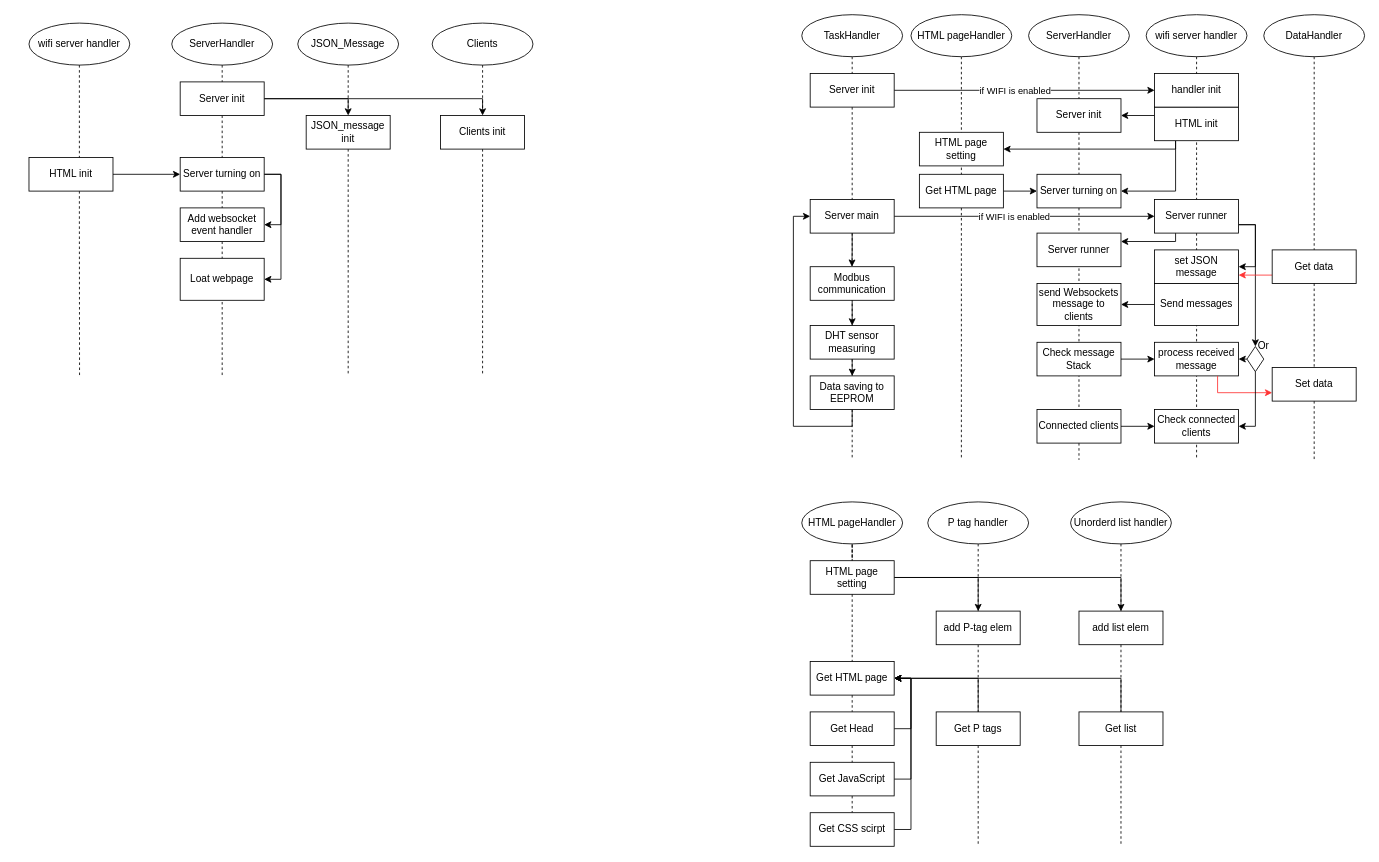
Above: page "WifiServerHandlig" (13 of 13) of ESP devices buildup.drawio in LBroKerR/ESP32_Thermostats (draw.io), before the change. Source tidied: cells renumbered, new cells numbered last; positions are measured from the earlier drawing's top-left corner, leaving out a move shared by most shapes. Both pictures are drawn from the tidied source at 84%, with x=0, y=0 at pixel (29, 14).
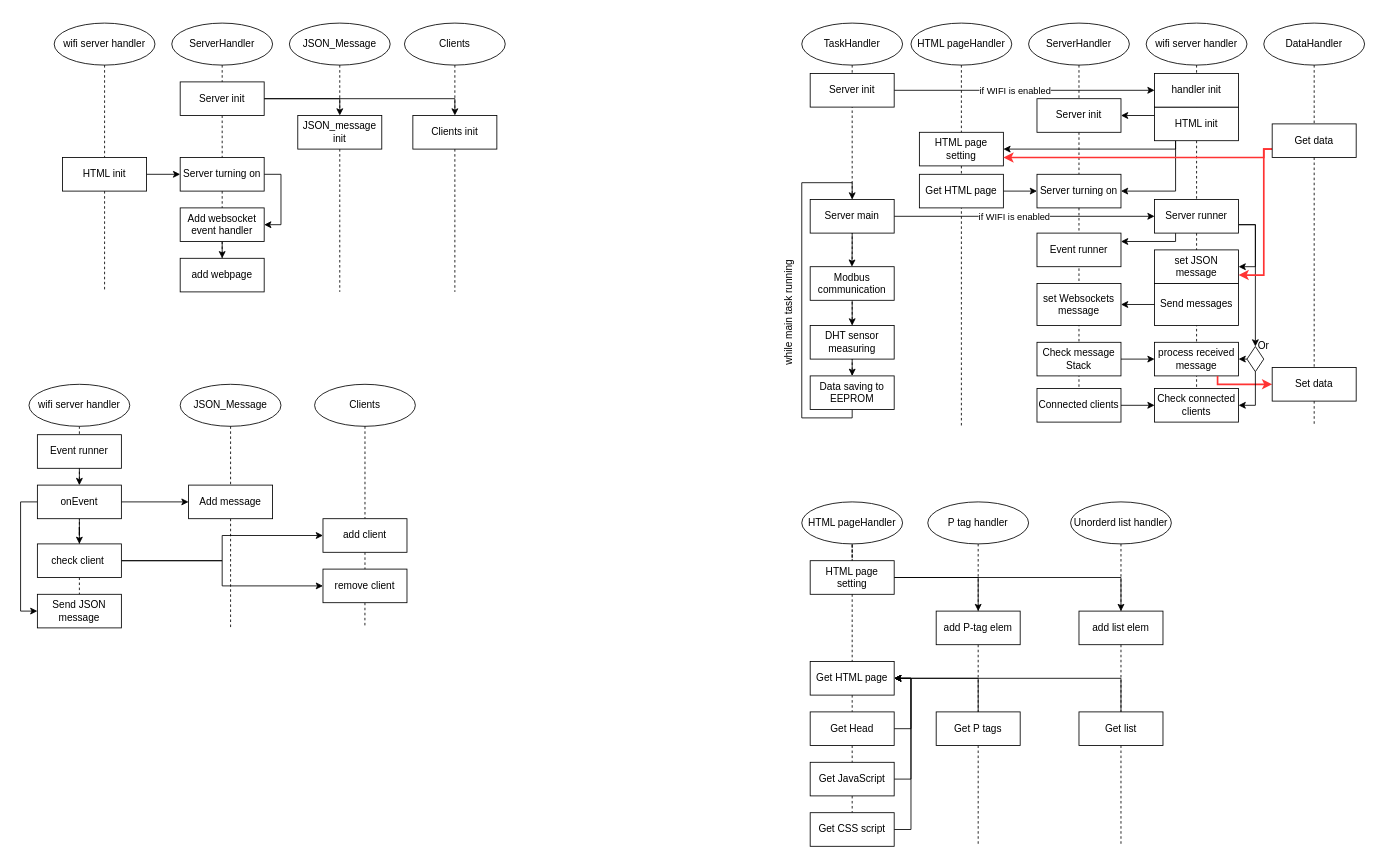
The same diagram, later.

Commit message (it also covers changes not shown here):
progress in doc. almost done. Check grammar!!!!

Unchanged cells that the change refers to:
```xml
<mxCell id="18" value="Server main" style="rounded=0;whiteSpace=wrap;html=1;" parent="1" vertex="1">
  <mxGeometry x="930" y="220" width="100" height="40" as="geometry" />
</mxCell>
<mxCell id="25" value="Server runner" style="rounded=0;whiteSpace=wrap;html=1;" parent="1" vertex="1">
  <mxGeometry x="1340" y="220" width="100" height="40" as="geometry" />
</mxCell>
<mxCell id="26" value="HTML page setting" style="rounded=0;whiteSpace=wrap;html=1;" parent="1" vertex="1">
  <mxGeometry x="1060" y="140" width="100" height="40" as="geometry" />
</mxCell>
<mxCell id="34" value="set JSON message" style="rounded=0;whiteSpace=wrap;html=1;" parent="1" vertex="1">
  <mxGeometry x="1340" y="280" width="100" height="40" as="geometry" />
</mxCell>
<mxCell id="37" value="process received message" style="rounded=0;whiteSpace=wrap;html=1;" parent="1" vertex="1">
  <mxGeometry x="1340" y="390" width="100" height="40" as="geometry" />
</mxCell>
<mxCell id="48" value="Set data" style="rounded=0;whiteSpace=wrap;html=1;" parent="1" vertex="1">
  <mxGeometry x="1480" y="420" width="100" height="40" as="geometry" />
</mxCell>
<mxCell id="59" value="Data saving to EEPROM" style="rounded=0;whiteSpace=wrap;html=1;" parent="1" vertex="1">
  <mxGeometry x="930" y="430" width="100" height="40" as="geometry" />
</mxCell>
<mxCell id="89" value="ServerHandler" style="ellipse;whiteSpace=wrap;html=1;" parent="1" vertex="1">
  <mxGeometry x="170" y="10" width="120" height="50" as="geometry" />
</mxCell>
<mxCell id="104" value="Server turning on" style="rounded=0;whiteSpace=wrap;html=1;" parent="1" vertex="1">
  <mxGeometry x="180" y="170" width="100" height="40" as="geometry" />
</mxCell>
<mxCell id="110" value="Add websocket event handler" style="rounded=0;whiteSpace=wrap;html=1;" parent="1" vertex="1">
  <mxGeometry x="180" y="230" width="100" height="40" as="geometry" />
</mxCell>
```

What changed in the source:
```diff
@@
     <mxCell id="2" style="edgeStyle=orthogonalEdgeStyle;rounded=0;jettySize=auto;html=1;exitX=0.5;exitY=1;exitDx=0;exitDy=0;endArrow=none;endFill=0;dashed=1;" parent="1" edge="1" source="3">
       <mxGeometry relative="1" as="geometry">
-        <mxPoint x="1110" y="530" as="targetPoint" />
+        <mxPoint x="1110" y="490" as="targetPoint" />
       </mxGeometry>
     </mxCell>
     <mxCell id="3" value="HTML pageHandler" style="ellipse;whiteSpace=wrap;html=1;" parent="1" vertex="1">
-      <mxGeometry x="1050" width="120" height="50" as="geometry" />
+      <mxGeometry x="1050" y="10" width="120" height="50" as="geometry" />
     </mxCell>
-    <mxCell id="4" style="edgeStyle=orthogonalEdgeStyle;rounded=0;jettySize=auto;html=1;exitX=0.5;exitY=1;exitDx=0;exitDy=0;endArrow=none;endFill=0;dashed=1;" parent="1" edge="1" source="52">
-      <mxGeometry relative="1" as="geometry">
-        <mxPoint x="1250" y="530" as="targetPoint" />
-      </mxGeometry>
-    </mxCell>
     <mxCell id="5" value="ServerHandler" style="ellipse;whiteSpace=wrap;html=1;" parent="1" vertex="1">
-      <mxGeometry x="1190" width="120" height="50" as="geometry" />
+      <mxGeometry x="1190" y="10" width="120" height="50" as="geometry" />
     </mxCell>
-    <mxCell id="6" style="edgeStyle=orthogonalEdgeStyle;rounded=0;jettySize=auto;html=1;exitX=0.5;exitY=1;exitDx=0;exitDy=0;endArrow=none;endFill=0;dashed=1;" parent="1" edge="1" source="25">
-      <mxGeometry relative="1" as="geometry">
-        <mxPoint x="1390" y="530" as="targetPoint" />
-      </mxGeometry>
+    <mxCell id="6" style="edgeStyle=orthogonalEdgeStyle;rounded=0;jettySize=auto;html=1;exitX=0.5;exitY=1;exitDx=0;exitDy=0;endArrow=none;endFill=0;dashed=1;entryX=0.5;entryY=0;entryDx=0;entryDy=0;" parent="1" edge="1" source="25" target="49">
+      <mxGeometry relative="1" as="geometry" />
     </mxCell>
     <mxCell id="7" value="wifi server handler" style="ellipse;whiteSpace=wrap;html=1;" parent="1" vertex="1">
-      <mxGeometry x="1330" width="120" height="50" as="geometry" />
+      <mxGeometry x="1330" y="10" width="120" height="50" as="geometry" />
     </mxCell>
     <mxCell id="8" style="edgeStyle=orthogonalEdgeStyle;rounded=0;jettySize=auto;html=1;exitX=0.5;exitY=1;exitDx=0;exitDy=0;endArrow=none;endFill=0;dashed=1;" parent="1" edge="1" source="48">
       <mxGeometry relative="1" as="geometry">
-        <mxPoint x="1530" y="530" as="targetPoint" />
+        <mxPoint x="1530" y="490" as="targetPoint" />
       </mxGeometry>
     </mxCell>
     <mxCell id="9" value="DataHandler" style="ellipse;whiteSpace=wrap;html=1;" parent="1" vertex="1">
-      <mxGeometry x="1470" width="120" height="50" as="geometry" />
+      <mxGeometry x="1470" y="10" width="120" height="50" as="geometry" />
     </mxCell>
-    <mxCell id="10" style="edgeStyle=orthogonalEdgeStyle;rounded=0;jettySize=auto;html=1;exitX=0.5;exitY=1;exitDx=0;exitDy=0;endArrow=none;endFill=0;dashed=1;" parent="1" edge="1" source="11">
-      <mxGeometry relative="1" as="geometry">
-        <mxPoint x="980" y="530" as="targetPoint" />
-      </mxGeometry>
+    <mxCell id="10" style="edgeStyle=orthogonalEdgeStyle;rounded=0;jettySize=auto;html=1;exitX=0.5;exitY=1;exitDx=0;exitDy=0;endArrow=none;endFill=0;dashed=1;entryX=0.5;entryY=0;entryDx=0;entryDy=0;" parent="1" edge="1" source="11" target="59">
+      <mxGeometry relative="1" as="geometry" />
     </mxCell>
     <mxCell id="11" value="TaskHandler" style="ellipse;whiteSpace=wrap;html=1;" parent="1" vertex="1">
-      <mxGeometry x="920" width="120" height="50" as="geometry" />
+      <mxGeometry x="920" y="10" width="120" height="50" as="geometry" />
     </mxCell>
@@
-    <mxCell id="38" style="edgeStyle=orthogonalEdgeStyle;rounded=0;jettySize=auto;html=1;exitX=0.75;exitY=1;exitDx=0;exitDy=0;entryX=0;entryY=0.75;entryDx=0;entryDy=0;strokeColor=#FF3333;" parent="1" edge="1" source="37" target="48">
-      <mxGeometry relative="1" as="geometry" />
+    <mxCell id="38" style="edgeStyle=orthogonalEdgeStyle;rounded=0;jettySize=auto;html=1;exitX=0.75;exitY=1;exitDx=0;exitDy=0;entryX=0;entryY=0.5;entryDx=0;entryDy=0;strokeColor=#FF3333;strokeWidth=2;" parent="1" edge="1" source="37" target="48">
+      <mxGeometry relative="1" as="geometry">
+        <Array as="points">
+          <mxPoint x="1415" y="440" />
+        </Array>
+      </mxGeometry>
     </mxCell>
@@
-    <mxCell id="44" style="edgeStyle=orthogonalEdgeStyle;rounded=0;jettySize=auto;html=1;exitX=0;exitY=0.75;exitDx=0;exitDy=0;entryX=1;entryY=0.75;entryDx=0;entryDy=0;strokeColor=#FF3333;" parent="1" edge="1" source="45" target="34">
-      <mxGeometry relative="1" as="geometry" />
+    <mxCell id="44" style="edgeStyle=orthogonalEdgeStyle;rounded=0;jettySize=auto;html=1;exitX=0;exitY=0.75;exitDx=0;exitDy=0;entryX=1;entryY=0.75;entryDx=0;entryDy=0;strokeColor=#FF3333;strokeWidth=2;" parent="1" edge="1" source="45" target="34">
+      <mxGeometry relative="1" as="geometry">
+        <Array as="points">
+          <mxPoint x="1470" y="160" />
+          <mxPoint x="1470" y="310" />
+        </Array>
+      </mxGeometry>
     </mxCell>
+    <mxCell id="112" style="edgeStyle=orthogonalEdgeStyle;rounded=0;jettySize=auto;html=1;exitX=0;exitY=0.75;exitDx=0;exitDy=0;entryX=1;entryY=0.75;entryDx=0;entryDy=0;strokeColor=#FF3333;strokeWidth=2;" parent="1" edge="1" source="45" target="26">
+      <mxGeometry relative="1" as="geometry">
+        <Array as="points">
+          <mxPoint x="1470" y="160" />
+          <mxPoint x="1470" y="170" />
+        </Array>
+      </mxGeometry>
+    </mxCell>
     <mxCell id="45" value="Get data" style="rounded=0;whiteSpace=wrap;html=1;" parent="1" vertex="1">
-      <mxGeometry x="1480" y="280" width="100" height="40" as="geometry" />
+      <mxGeometry x="1480" y="130" width="100" height="40" as="geometry" />
     </mxCell>
@@
     <mxCell id="49" value="Check connected clients" style="rounded=0;whiteSpace=wrap;html=1;" parent="1" vertex="1">
-      <mxGeometry x="1340" y="470" width="100" height="40" as="geometry" />
+      <mxGeometry x="1340" y="445" width="100" height="40" as="geometry" />
     </mxCell>
@@
     <mxCell id="52" value="Connected clients" style="rounded=0;whiteSpace=wrap;html=1;" parent="1" vertex="1">
-      <mxGeometry x="1200" y="470" width="100" height="40" as="geometry" />
+      <mxGeometry x="1200" y="445" width="100" height="40" as="geometry" />
     </mxCell>
@@
-    <mxCell id="58" style="edgeStyle=orthogonalEdgeStyle;rounded=0;jettySize=auto;html=1;exitX=0.5;exitY=1;exitDx=0;exitDy=0;entryX=0;entryY=0.5;entryDx=0;entryDy=0;" parent="1" edge="1" source="59" target="18">
-      <mxGeometry relative="1" as="geometry" />
+    <mxCell id="58" style="edgeStyle=orthogonalEdgeStyle;rounded=0;jettySize=auto;html=1;exitX=0.5;exitY=1;exitDx=0;exitDy=0;entryX=0.5;entryY=0;entryDx=0;entryDy=0;" parent="1" edge="1" source="59" target="18">
+      <mxGeometry relative="1" as="geometry">
+        <Array as="points">
+          <mxPoint x="980" y="480" />
+          <mxPoint x="920" y="480" />
+          <mxPoint x="920" y="200" />
+          <mxPoint x="980" y="200" />
+        </Array>
+      </mxGeometry>
     </mxCell>
@@
-    <mxCell id="60" value="send Websockets message to clients" style="rounded=0;whiteSpace=wrap;html=1;" parent="1" vertex="1">
+    <mxCell id="60" value="set Websockets message" style="rounded=0;whiteSpace=wrap;html=1;" parent="1" vertex="1">
       <mxGeometry x="1200" y="320" width="100" height="50" as="geometry" />
     </mxCell>
@@
-    <mxCell id="88" value="Get CSS scirpt" style="rounded=0;whiteSpace=wrap;html=1;" parent="1" vertex="1">
+    <mxCell id="88" value="Get CSS script" style="rounded=0;whiteSpace=wrap;html=1;" parent="1" vertex="1">
       <mxGeometry x="930" y="950" width="100" height="40" as="geometry" />
     </mxCell>
@@
-    <mxCell id="90" style="edgeStyle=orthogonalEdgeStyle;rounded=0;jettySize=auto;html=1;exitX=0.5;exitY=1;exitDx=0;exitDy=0;endArrow=none;endFill=0;dashed=1;" parent="1" edge="1" source="89">
-      <mxGeometry relative="1" as="geometry">
-        <mxPoint x="230" y="430" as="targetPoint" />
-      </mxGeometry>
+    <mxCell id="90" style="edgeStyle=orthogonalEdgeStyle;rounded=0;jettySize=auto;html=1;exitX=0.5;exitY=1;exitDx=0;exitDy=0;endArrow=none;endFill=0;dashed=1;entryX=0.5;entryY=0;entryDx=0;entryDy=0;" parent="1" edge="1" source="89" target="111">
+      <mxGeometry relative="1" as="geometry" />
     </mxCell>
     <mxCell id="91" value="JSON_Message" style="ellipse;whiteSpace=wrap;html=1;" parent="1" vertex="1">
-      <mxGeometry x="320" y="10" width="120" height="50" as="geometry" />
+      <mxGeometry x="310" y="10" width="120" height="50" as="geometry" />
     </mxCell>
     <mxCell id="92" style="edgeStyle=orthogonalEdgeStyle;rounded=0;jettySize=auto;html=1;exitX=0.5;exitY=1;exitDx=0;exitDy=0;endArrow=none;endFill=0;dashed=1;" parent="1" edge="1" source="99">
       <mxGeometry relative="1" as="geometry">
-        <mxPoint x="380" y="430" as="targetPoint" />
+        <mxPoint x="370" y="330" as="targetPoint" />
       </mxGeometry>
     </mxCell>
     <mxCell id="93" value="Clients" style="ellipse;whiteSpace=wrap;html=1;" parent="1" vertex="1">
-      <mxGeometry x="480" y="10" width="120" height="50" as="geometry" />
+      <mxGeometry x="447" y="10" width="120" height="50" as="geometry" />
     </mxCell>
     <mxCell id="94" style="edgeStyle=orthogonalEdgeStyle;rounded=0;jettySize=auto;html=1;exitX=0.5;exitY=1;exitDx=0;exitDy=0;endArrow=none;endFill=0;dashed=1;" parent="1" edge="1" source="101">
       <mxGeometry relative="1" as="geometry">
-        <mxPoint x="540" y="430" as="targetPoint" />
+        <mxPoint x="507" y="330" as="targetPoint" />
       </mxGeometry>
     </mxCell>
@@
     <mxCell id="99" value="JSON_message init" style="rounded=0;whiteSpace=wrap;html=1;" parent="1" vertex="1">
-      <mxGeometry x="330" y="120" width="100" height="40" as="geometry" />
+      <mxGeometry x="320" y="120" width="100" height="40" as="geometry" />
     </mxCell>
@@
     <mxCell id="101" value="Clients init" style="rounded=0;whiteSpace=wrap;html=1;" parent="1" vertex="1">
-      <mxGeometry x="490" y="120" width="100" height="40" as="geometry" />
+      <mxGeometry x="457" y="120" width="100" height="40" as="geometry" />
     </mxCell>
-    <mxCell id="102" style="edgeStyle=orthogonalEdgeStyle;rounded=0;jettySize=auto;html=1;exitX=1;exitY=0.5;exitDx=0;exitDy=0;entryX=1;entryY=0.5;entryDx=0;entryDy=0;" parent="1" edge="1" source="104" target="111">
-      <mxGeometry relative="1" as="geometry" />
-    </mxCell>
@@
-    <mxCell id="105" value="Server runner" style="rounded=0;whiteSpace=wrap;html=1;" parent="1" vertex="1">
+    <mxCell id="105" value="Event runner" style="rounded=0;whiteSpace=wrap;html=1;" parent="1" vertex="1">
       <mxGeometry x="1200" y="260" width="100" height="40" as="geometry" />
     </mxCell>
-    <mxCell id="106" style="edgeStyle=orthogonalEdgeStyle;rounded=0;jettySize=auto;html=1;exitX=0.5;exitY=1;exitDx=0;exitDy=0;endArrow=none;endFill=0;dashed=1;" parent="1" edge="1" source="107">
+    <mxCell id="106" style="edgeStyle=orthogonalEdgeStyle;rounded=0;jettySize=auto;html=1;exitX=0.5;exitY=1;exitDx=0;exitDy=0;endArrow=none;endFill=0;dashed=1;" parent="1" edge="1" source="109">
       <mxGeometry relative="1" as="geometry">
-        <mxPoint x="60.2" y="430" as="targetPoint" />
+        <mxPoint x="90" y="330" as="targetPoint" />
       </mxGeometry>
     </mxCell>
     <mxCell id="107" value="wifi server handler" style="ellipse;whiteSpace=wrap;html=1;" parent="1" vertex="1">
-      <mxGeometry y="10" width="120" height="50" as="geometry" />
+      <mxGeometry x="30" y="10" width="120" height="50" as="geometry" />
     </mxCell>
@@
-    <mxCell id="109" value="HTML init" style="rounded=0;whiteSpace=wrap;html=1;" parent="1" vertex="1">
-      <mxGeometry y="170" width="100" height="40" as="geometry" />
-    </mxCell>
+    <mxCell id="113" style="edgeStyle=orthogonalEdgeStyle;rounded=0;jettySize=auto;html=1;exitX=0.5;exitY=1;exitDx=0;exitDy=0;entryX=0.5;entryY=0;entryDx=0;entryDy=0;" parent="1" edge="1" source="110" target="111">
+      <mxGeometry relative="1" as="geometry" />
+    </mxCell>
@@
-    <mxCell id="111" value="Loat webpage" style="rounded=0;whiteSpace=wrap;html=1;" parent="1" vertex="1">
-      <mxGeometry x="180" y="290" width="100" height="50" as="geometry" />
+    <mxCell id="111" value="add webpage" style="rounded=0;whiteSpace=wrap;html=1;" parent="1" vertex="1">
+      <mxGeometry x="180" y="290" width="100" height="40" as="geometry" />
     </mxCell>
+    <mxCell id="114" style="edgeStyle=orthogonalEdgeStyle;rounded=0;jettySize=auto;html=1;exitX=0.5;exitY=1;exitDx=0;exitDy=0;endArrow=none;endFill=0;dashed=1;entryX=0.5;entryY=0;entryDx=0;entryDy=0;" parent="1" edge="1" source="115" target="132">
+      <mxGeometry relative="1" as="geometry" />
+    </mxCell>
+    <mxCell id="115" value="wifi server handler" style="ellipse;whiteSpace=wrap;html=1;" parent="1" vertex="1">
+      <mxGeometry y="440" width="120" height="50" as="geometry" />
+    </mxCell>
+    <mxCell id="116" style="edgeStyle=orthogonalEdgeStyle;rounded=0;jettySize=auto;html=1;exitX=0.5;exitY=1;exitDx=0;exitDy=0;endArrow=none;endFill=0;dashed=1;" parent="1" edge="1" source="107" target="109">
+      <mxGeometry relative="1" as="geometry" />
+    </mxCell>
+    <mxCell id="109" value="HTML init" style="rounded=0;whiteSpace=wrap;html=1;" parent="1" vertex="1">
+      <mxGeometry x="40" y="170" width="100" height="40" as="geometry" />
+    </mxCell>
+    <mxCell id="117" style="edgeStyle=orthogonalEdgeStyle;rounded=0;jettySize=auto;html=1;exitX=1;exitY=0.5;exitDx=0;exitDy=0;" parent="1" edge="1" source="120" target="125">
+      <mxGeometry relative="1" as="geometry" />
+    </mxCell>
+    <mxCell id="118" style="edgeStyle=orthogonalEdgeStyle;rounded=0;jettySize=auto;html=1;exitX=0.5;exitY=1;exitDx=0;exitDy=0;" parent="1" edge="1" source="120" target="132">
+      <mxGeometry relative="1" as="geometry" />
+    </mxCell>
+    <mxCell id="119" style="edgeStyle=orthogonalEdgeStyle;rounded=0;jettySize=auto;html=1;exitX=0;exitY=0.5;exitDx=0;exitDy=0;entryX=0;entryY=0.5;entryDx=0;entryDy=0;" parent="1" edge="1" source="120" target="136">
+      <mxGeometry relative="1" as="geometry" />
+    </mxCell>
+    <mxCell id="120" value="onEvent" style="rounded=0;whiteSpace=wrap;html=1;" parent="1" vertex="1">
+      <mxGeometry x="10" y="560" width="100" height="40" as="geometry" />
+    </mxCell>
+    <mxCell id="121" value="JSON_Message" style="ellipse;whiteSpace=wrap;html=1;" parent="1" vertex="1">
+      <mxGeometry x="180" y="440" width="120" height="50" as="geometry" />
+    </mxCell>
+    <mxCell id="122" style="edgeStyle=orthogonalEdgeStyle;rounded=0;jettySize=auto;html=1;exitX=0.5;exitY=1;exitDx=0;exitDy=0;endArrow=none;endFill=0;dashed=1;" parent="1" edge="1" source="125">
+      <mxGeometry relative="1" as="geometry">
+        <mxPoint x="240" y="730" as="targetPoint" />
+      </mxGeometry>
+    </mxCell>
+    <mxCell id="123" value="Clients" style="ellipse;whiteSpace=wrap;html=1;" parent="1" vertex="1">
+      <mxGeometry x="340" y="440" width="120" height="50" as="geometry" />
+    </mxCell>
+    <mxCell id="124" style="edgeStyle=orthogonalEdgeStyle;rounded=0;jettySize=auto;html=1;exitX=0.5;exitY=1;exitDx=0;exitDy=0;endArrow=none;endFill=0;dashed=1;" parent="1" edge="1" source="121" target="125">
+      <mxGeometry relative="1" as="geometry" />
+    </mxCell>
+    <mxCell id="125" value="Add message" style="rounded=0;whiteSpace=wrap;html=1;" parent="1" vertex="1">
+      <mxGeometry x="190" y="560" width="100" height="40" as="geometry" />
+    </mxCell>
+    <mxCell id="126" style="edgeStyle=orthogonalEdgeStyle;rounded=0;jettySize=auto;html=1;exitX=0.5;exitY=1;exitDx=0;exitDy=0;endArrow=none;endFill=0;dashed=1;" parent="1" edge="1" source="123" target="128">
+      <mxGeometry relative="1" as="geometry" />
+    </mxCell>
+    <mxCell id="127" style="edgeStyle=orthogonalEdgeStyle;rounded=0;jettySize=auto;html=1;exitX=0.5;exitY=1;exitDx=0;exitDy=0;endArrow=none;endFill=0;dashed=1;" parent="1" edge="1" source="128">
+      <mxGeometry relative="1" as="geometry">
+        <mxPoint x="399.9" y="730" as="targetPoint" />
+      </mxGeometry>
+    </mxCell>
+    <mxCell id="128" value="add client" style="rounded=0;whiteSpace=wrap;html=1;" parent="1" vertex="1">
+      <mxGeometry x="350" y="600" width="100" height="40" as="geometry" />
+    </mxCell>
+    <mxCell id="129" style="edgeStyle=orthogonalEdgeStyle;rounded=0;jettySize=auto;html=1;exitX=1;exitY=0.5;exitDx=0;exitDy=0;entryX=0;entryY=0.5;entryDx=0;entryDy=0;" parent="1" edge="1" source="132" target="128">
+      <mxGeometry relative="1" as="geometry" />
+    </mxCell>
+    <mxCell id="130" style="edgeStyle=orthogonalEdgeStyle;rounded=0;jettySize=auto;html=1;exitX=0.5;exitY=1;exitDx=0;exitDy=0;entryX=0.5;entryY=0;entryDx=0;entryDy=0;endArrow=none;endFill=0;dashed=1;" parent="1" edge="1" source="132" target="136">
+      <mxGeometry relative="1" as="geometry" />
+    </mxCell>
+    <mxCell id="131" style="edgeStyle=orthogonalEdgeStyle;rounded=0;jettySize=auto;html=1;exitX=1;exitY=0.5;exitDx=0;exitDy=0;entryX=0;entryY=0.5;entryDx=0;entryDy=0;" parent="1" edge="1" source="132" target="137">
+      <mxGeometry relative="1" as="geometry" />
+    </mxCell>
+    <mxCell id="132" value="check client&amp;nbsp;" style="rounded=0;whiteSpace=wrap;html=1;" parent="1" vertex="1">
+      <mxGeometry x="10" y="630" width="100" height="40" as="geometry" />
+    </mxCell>
+    <mxCell id="133" style="edgeStyle=orthogonalEdgeStyle;rounded=0;jettySize=auto;html=1;exitX=0.5;exitY=1;exitDx=0;exitDy=0;entryX=0.5;entryY=0;entryDx=0;entryDy=0;" parent="1" edge="1" source="134" target="120">
+      <mxGeometry relative="1" as="geometry" />
+    </mxCell>
+    <mxCell id="134" value="Event runner" style="rounded=0;whiteSpace=wrap;html=1;" parent="1" vertex="1">
+      <mxGeometry x="10" y="500" width="100" height="40" as="geometry" />
+    </mxCell>
+    <mxCell id="135" value="while main task running" style="text;html=1;align=center;verticalAlign=middle;strokeColor=none;fillColor=none;rotation=-90;" parent="1" vertex="1">
+      <mxGeometry x="830" y="340" width="150" height="30" as="geometry" />
+    </mxCell>
+    <mxCell id="136" value="Send JSON message" style="rounded=0;whiteSpace=wrap;html=1;" parent="1" vertex="1">
+      <mxGeometry x="10" y="690" width="100" height="40" as="geometry" />
+    </mxCell>
+    <mxCell id="137" value="remove client" style="rounded=0;whiteSpace=wrap;html=1;" parent="1" vertex="1">
+      <mxGeometry x="350" y="660" width="100" height="40" as="geometry" />
+    </mxCell>
```
